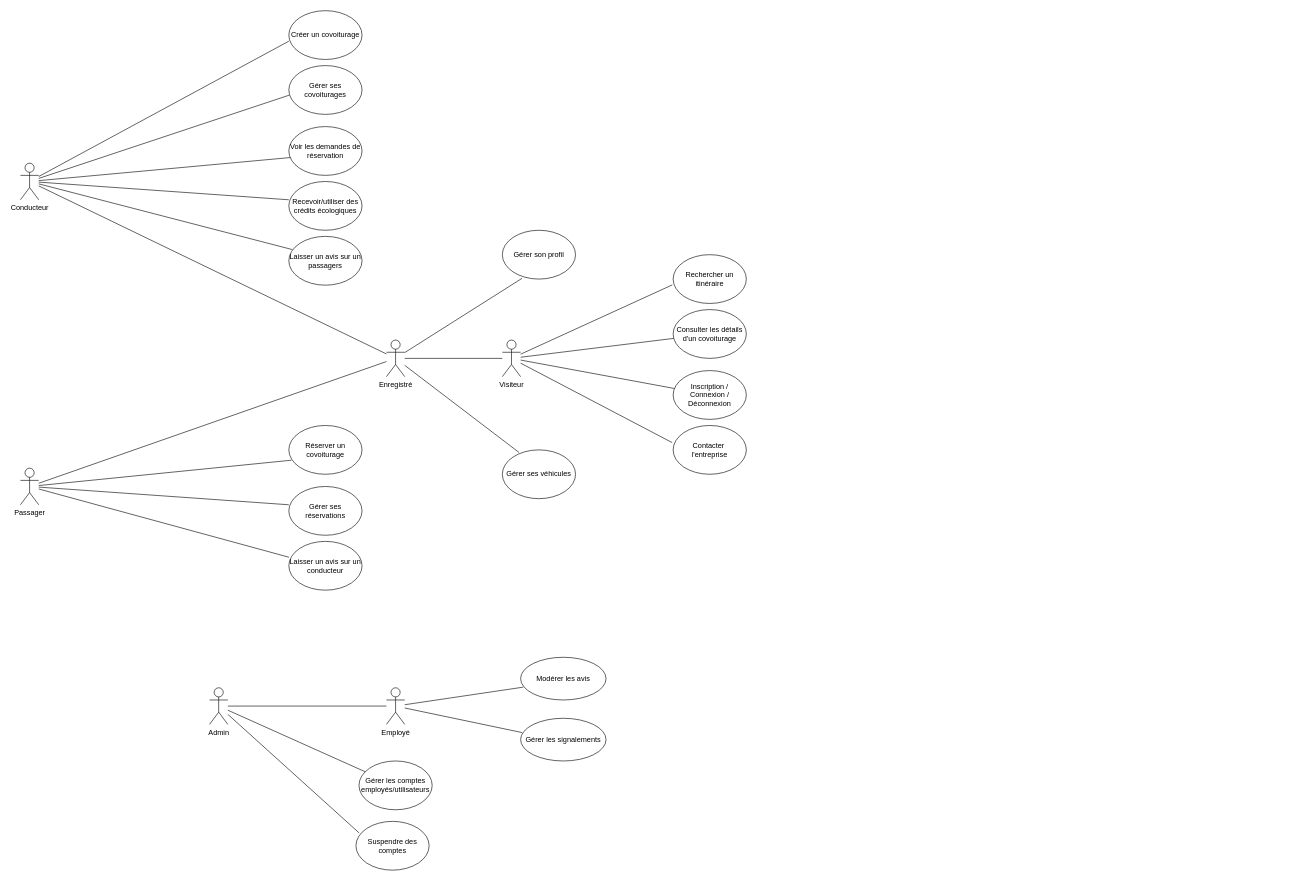
Above: page "Cas d'utilisation" (2 of 3) of EcoRide_DiagClass.drawio in Maxence9113/EcoRide (draw.io), before the change. Source tidied: cells renumbered, new cells numbered last; positions are measured from the earlier drawing's top-left corner, leaving out a move shared by most shapes. Both pictures are drawn from the tidied source at 61%, with x=0, y=0 at pixel (20, 10).
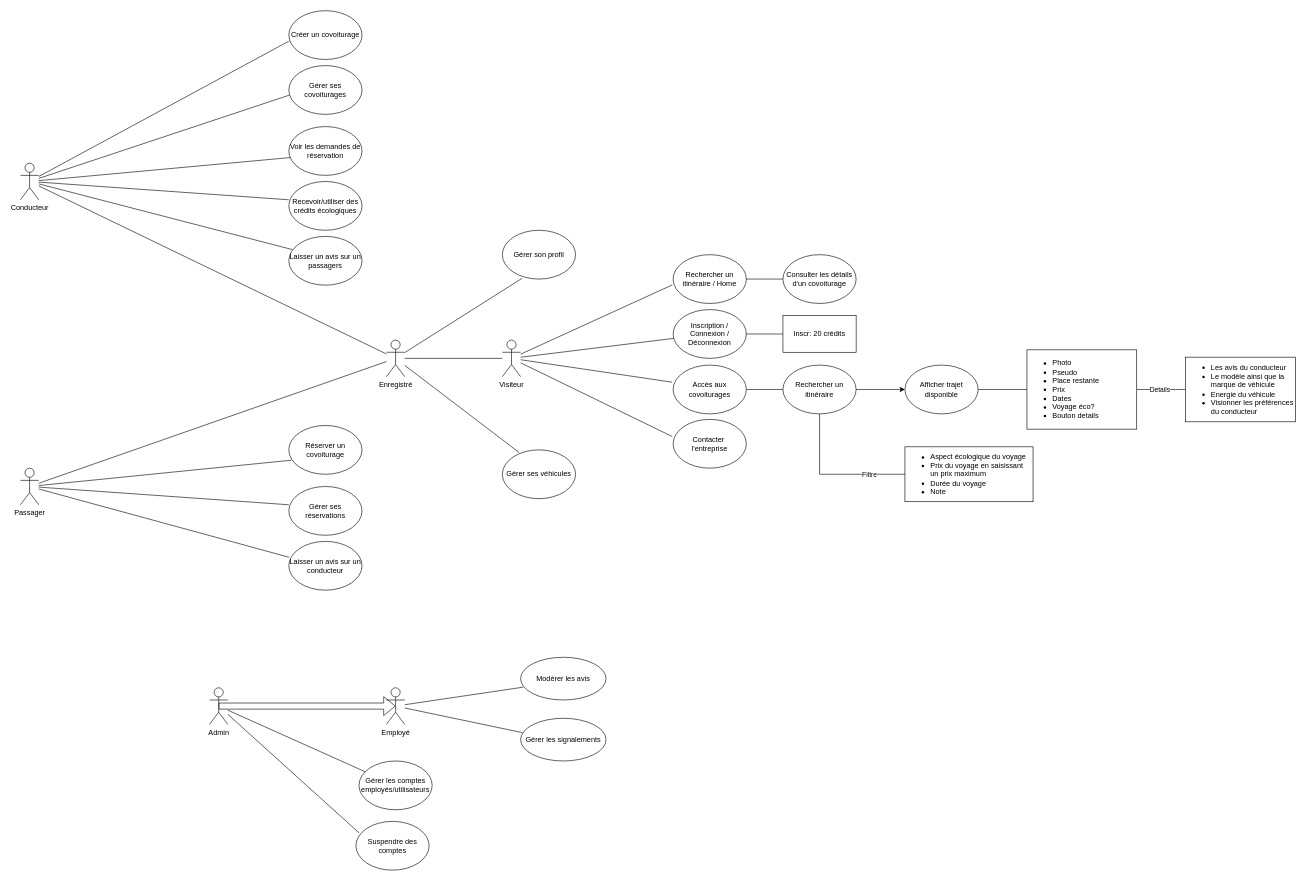
Above is the later version.

Commit message:
Mettre à jour EcoRide_DiagClass.drawio

The change refers to these unchanged cells:
```xml
<mxCell id="2" value="Admin" style="shape=umlActor;verticalLabelPosition=bottom;verticalAlign=top;html=1;outlineConnect=0;" parent="1" vertex="1">
  <mxGeometry x="310" y="1110" width="30" height="60" as="geometry" />
</mxCell>
<mxCell id="3" value="Visiteur" style="shape=umlActor;verticalLabelPosition=bottom;verticalAlign=top;html=1;outlineConnect=0;" parent="1" vertex="1">
  <mxGeometry x="790" y="540" width="30" height="60" as="geometry" />
</mxCell>
<mxCell id="40" value="Employé" style="shape=umlActor;verticalLabelPosition=bottom;verticalAlign=top;html=1;" parent="1" vertex="1">
  <mxGeometry x="600" y="1110" width="30" height="60" as="geometry" />
</mxCell>
```

Change to the diagram source:
```diff
@@
-    <mxCell id="6" value="Rechercher un itinéraire" style="ellipse;whiteSpace=wrap;html=1;" parent="1" vertex="1">
+    <mxCell id="6" value="Rechercher un itinéraire / Home" style="ellipse;whiteSpace=wrap;html=1;" parent="1" vertex="1">
       <mxGeometry x="1070" y="400" width="120" height="80" as="geometry" />
     </mxCell>
@@
     <mxCell id="8" value="&lt;div&gt;Consulter les détails d'un covoiturage&lt;/div&gt;" style="ellipse;whiteSpace=wrap;html=1;" parent="1" vertex="1">
-      <mxGeometry x="1070" y="490" width="120" height="80" as="geometry" />
+      <mxGeometry x="1250" y="400" width="120" height="80" as="geometry" />
     </mxCell>
     <mxCell id="9" value="Inscription / Connexion / Déconnexion" style="ellipse;whiteSpace=wrap;html=1;" parent="1" vertex="1">
-      <mxGeometry x="1070" y="590" width="120" height="80" as="geometry" />
+      <mxGeometry x="1070" y="490" width="120" height="80" as="geometry" />
     </mxCell>
@@
-    <mxCell id="11" style="endArrow=none;html=1;rounded=0;" parent="1" edge="1" source="8" target="3">
+    <mxCell id="11" style="endArrow=none;html=1;rounded=0;" parent="1" edge="1" source="8" target="6">
       <mxGeometry relative="1" as="geometry" />
     </mxCell>
     <mxCell id="12" value="Contacter&amp;nbsp;&lt;div&gt;l'entreprise&lt;/div&gt;" style="ellipse;whiteSpace=wrap;html=1;" parent="1" vertex="1">
-      <mxGeometry x="1070" y="680" width="120" height="80" as="geometry" />
+      <mxGeometry x="1070" y="670" width="120" height="80" as="geometry" />
     </mxCell>
@@
-    <mxCell id="45" style="endArrow=none;html=1;rounded=0;" parent="1" edge="1" source="2" target="40">
-      <mxGeometry relative="1" as="geometry" />
-    </mxCell>
@@
+    <mxCell id="45" style="shape=flexArrow;endArrow=classic;html=1;rounded=0;exitX=0.5;exitY=0.5;exitDx=0;exitDy=0;exitPerimeter=0;entryX=0.5;entryY=0.5;entryDx=0;entryDy=0;entryPerimeter=0;" parent="1" edge="1" source="2" target="40">
+      <mxGeometry relative="1" as="geometry" />
+    </mxCell>
+    <mxCell id="48" value="Inscr: 20 crédits" style="rounded=0;whiteSpace=wrap;html=1;" parent="1" vertex="1">
+      <mxGeometry x="1250" y="500" width="120" height="60" as="geometry" />
+    </mxCell>
+    <mxCell id="49" style="endArrow=none;html=1;rounded=0;" parent="1" edge="1" source="9" target="48">
+      <mxGeometry relative="1" as="geometry" />
+    </mxCell>
+    <mxCell id="50" style="edgeStyle=orthogonalEdgeStyle;rounded=0;jettySize=auto;html=1;endArrow=none;startFill=0;" parent="1" edge="1" source="51" target="56">
+      <mxGeometry relative="1" as="geometry" />
+    </mxCell>
+    <mxCell id="51" value="Accès aux covoiturages" style="ellipse;whiteSpace=wrap;html=1;" parent="1" vertex="1">
+      <mxGeometry x="1070" y="581" width="120" height="80" as="geometry" />
+    </mxCell>
+    <mxCell id="52" style="endArrow=none;html=1;rounded=0;exitX=-0.013;exitY=0.351;exitDx=0;exitDy=0;exitPerimeter=0;" parent="1" edge="1" source="51" target="3">
+      <mxGeometry relative="1" as="geometry" />
+    </mxCell>
+    <mxCell id="53" style="edgeStyle=orthogonalEdgeStyle;rounded=0;jettySize=auto;html=1;" parent="1" edge="1" source="56" target="58">
+      <mxGeometry relative="1" as="geometry" />
+    </mxCell>
+    <mxCell id="54" style="edgeStyle=orthogonalEdgeStyle;rounded=0;jettySize=auto;html=1;endArrow=none;startFill=0;" parent="1" edge="1" source="56" target="62">
+      <mxGeometry relative="1" as="geometry">
+        <Array as="points">
+          <mxPoint x="1310" y="760" />
+        </Array>
+      </mxGeometry>
+    </mxCell>
+    <mxCell id="55" value="Filtre" style="edgeLabel;html=1;align=center;verticalAlign=middle;" parent="54" vertex="1">
+      <mxGeometry x="0.51" relative="1" as="geometry" />
+    </mxCell>
+    <mxCell id="56" value="Rechercher un itinéraire" style="ellipse;whiteSpace=wrap;html=1;" parent="1" vertex="1">
+      <mxGeometry x="1250" y="581" width="120" height="80" as="geometry" />
+    </mxCell>
+    <mxCell id="57" style="edgeStyle=orthogonalEdgeStyle;rounded=0;jettySize=auto;html=1;endArrow=none;startFill=0;" parent="1" edge="1" source="58" target="61">
+      <mxGeometry relative="1" as="geometry" />
+    </mxCell>
+    <mxCell id="58" value="Afficher trajet disponible" style="ellipse;whiteSpace=wrap;html=1;" parent="1" vertex="1">
+      <mxGeometry x="1450" y="581" width="120" height="80" as="geometry" />
+    </mxCell>
+    <mxCell id="59" style="edgeStyle=orthogonalEdgeStyle;rounded=0;jettySize=auto;html=1;endArrow=none;startFill=0;" parent="1" edge="1" source="61" target="63">
+      <mxGeometry relative="1" as="geometry" />
+    </mxCell>
+    <mxCell id="60" value="Details" style="edgeLabel;html=1;align=center;verticalAlign=middle;" parent="59" vertex="1">
+      <mxGeometry x="-0.07" y="1" relative="1" as="geometry" />
+    </mxCell>
+    <mxCell id="61" value="&lt;ul&gt;&lt;li&gt;Photo&lt;/li&gt;&lt;li&gt;Pseudo&lt;/li&gt;&lt;li&gt;Place restante&lt;/li&gt;&lt;li&gt;Prix&lt;/li&gt;&lt;li&gt;Dates&lt;/li&gt;&lt;li&gt;Voyage éco?&lt;/li&gt;&lt;li&gt;Bouton details&lt;/li&gt;&lt;/ul&gt;" style="whiteSpace=wrap;html=1;align=left;" parent="1" vertex="1">
+      <mxGeometry x="1650" y="556" width="180" height="130" as="geometry" />
+    </mxCell>
+    <mxCell id="62" value="&lt;ul&gt;&lt;li&gt;Aspect écologique du voyage&lt;/li&gt;&lt;li&gt;Prix du voyage en saisissant un prix maximum&lt;/li&gt;&lt;li&gt;Durée du voyage&lt;/li&gt;&lt;li&gt;Note&amp;nbsp;&lt;/li&gt;&lt;/ul&gt;" style="whiteSpace=wrap;html=1;align=left;" parent="1" vertex="1">
+      <mxGeometry x="1450" y="715" width="210" height="90" as="geometry" />
+    </mxCell>
+    <mxCell id="63" value="&lt;ul&gt;&lt;li&gt;&lt;span style=&quot;background-color: transparent; color: light-dark(rgb(0, 0, 0), rgb(255, 255, 255));&quot;&gt;Les avis du conducteur&lt;/span&gt;&lt;/li&gt;&lt;li&gt;Le modèle ainsi que la marque de véhicule&lt;/li&gt;&lt;li&gt;Energie du véhicule&lt;/li&gt;&lt;li&gt;Visionner les préférences du conducteur&lt;br&gt;&lt;/li&gt;&lt;/ul&gt;" style="whiteSpace=wrap;html=1;align=left;" parent="1" vertex="1">
+      <mxGeometry x="1910" y="568" width="180" height="106" as="geometry" />
+    </mxCell>
```
